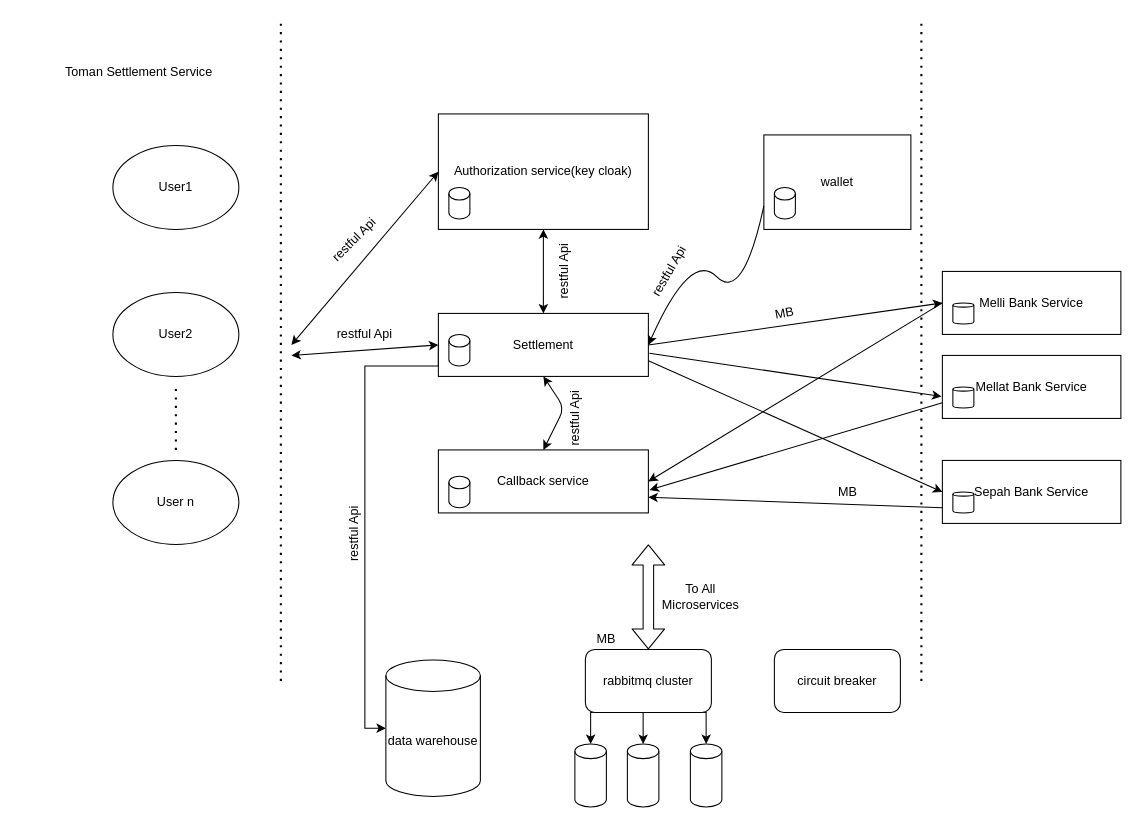
Earlier version of the draw.io diagram page "Page-1" (1 of 4) of Untitled Diagram.drawio (alimoslehirad/Devops). Source tidied: cells renumbered, new cells numbered last; positions are measured from the earlier drawing's top-left corner, leaving out a move shared by most shapes. Both pictures are drawn from the tidied source at 105%, with x=0, y=0 at pixel (18, 19).
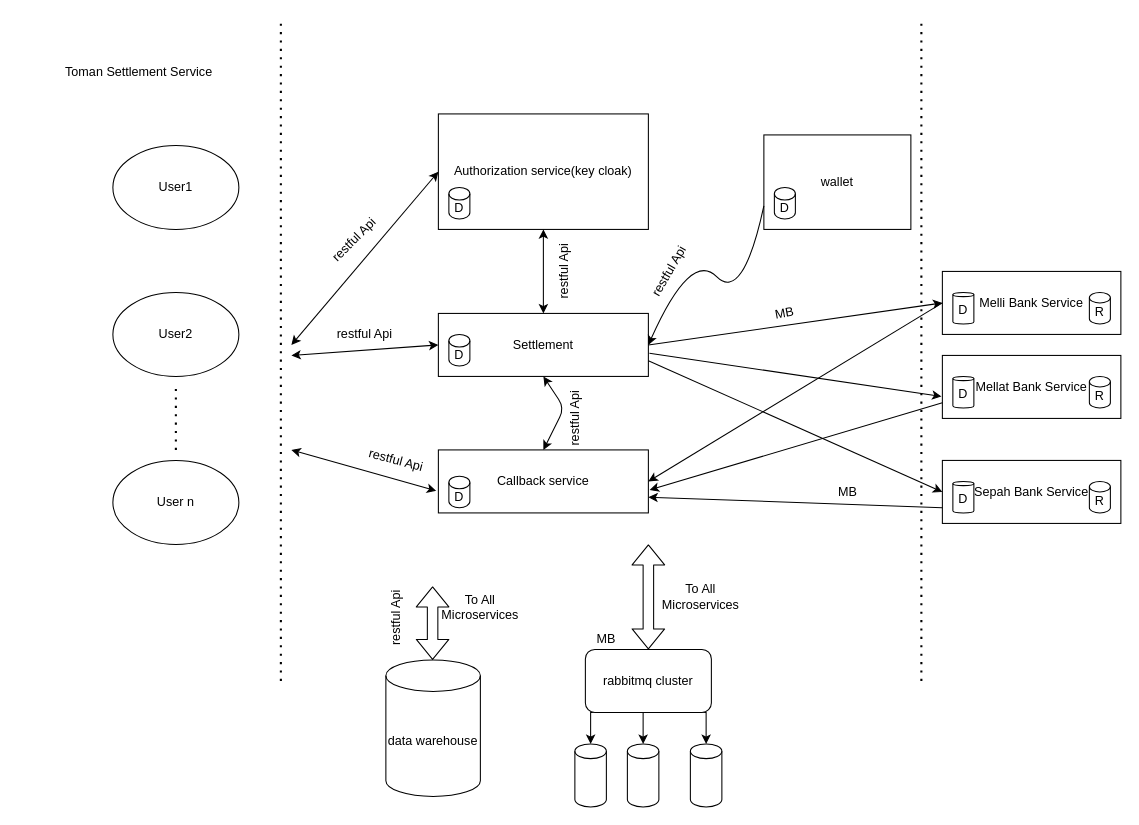
The same diagram, later.

The change refers to these unchanged cells:
```xml
<mxCell id="4" value="Settlement" style="rounded=0;whiteSpace=wrap;html=1;" parent="1" vertex="1">
  <mxGeometry x="400" y="280" width="200" height="60" as="geometry" />
</mxCell>
<mxCell id="5" value="Callback service " style="rounded=0;whiteSpace=wrap;html=1;" parent="1" vertex="1">
  <mxGeometry x="400" y="410" width="200" height="60" as="geometry" />
</mxCell>
<mxCell id="35" value="data warehouse" style="shape=cylinder3;whiteSpace=wrap;html=1;boundedLbl=1;backgroundOutline=1;size=15;" parent="1" vertex="1">
  <mxGeometry x="350" y="610" width="90" height="130" as="geometry" />
</mxCell>
```

Diff of the diagram source:
```diff
@@
-    <mxCell id="3" style="edgeStyle=orthogonalEdgeStyle;rounded=0;jettySize=auto;html=1;exitX=0;exitY=0.5;exitDx=0;exitDy=0;entryX=0;entryY=0.5;entryDx=0;entryDy=0;entryPerimeter=0;" parent="1" edge="1" source="4" target="35">
-      <mxGeometry relative="1" as="geometry">
-        <Array as="points">
-          <mxPoint x="400" y="330" />
-          <mxPoint x="330" y="330" />
-          <mxPoint x="330" y="675" />
-        </Array>
-      </mxGeometry>
-    </mxCell>
@@
-    <mxCell id="28" style="shape=cylinder3;whiteSpace=wrap;html=1;boundedLbl=1;backgroundOutline=1;size=6;" parent="1" vertex="1">
+    <mxCell id="28" value="D" style="shape=cylinder3;whiteSpace=wrap;html=1;boundedLbl=1;backgroundOutline=1;size=6;" parent="1" vertex="1">
       <mxGeometry x="410" y="160" width="20" height="30" as="geometry" />
     </mxCell>
-    <mxCell id="29" style="shape=cylinder3;whiteSpace=wrap;html=1;boundedLbl=1;backgroundOutline=1;size=6;" parent="1" vertex="1">
+    <mxCell id="29" value="D" style="shape=cylinder3;whiteSpace=wrap;html=1;boundedLbl=1;backgroundOutline=1;size=6;" parent="1" vertex="1">
       <mxGeometry x="410" y="435" width="20" height="30" as="geometry" />
     </mxCell>
-    <mxCell id="30" style="shape=cylinder3;whiteSpace=wrap;html=1;boundedLbl=1;backgroundOutline=1;size=6;" parent="1" vertex="1">
+    <mxCell id="30" value="D" style="shape=cylinder3;whiteSpace=wrap;html=1;boundedLbl=1;backgroundOutline=1;size=6;" parent="1" vertex="1">
       <mxGeometry x="720" y="160" width="20" height="30" as="geometry" />
     </mxCell>
-    <mxCell id="31" style="shape=cylinder3;whiteSpace=wrap;html=1;boundedLbl=1;backgroundOutline=1;size=6;" parent="1" vertex="1">
+    <mxCell id="31" value="D" style="shape=cylinder3;whiteSpace=wrap;html=1;boundedLbl=1;backgroundOutline=1;size=6;" parent="1" vertex="1">
       <mxGeometry x="410" y="300" width="20" height="30" as="geometry" />
     </mxCell>
-    <mxCell id="32" style="shape=cylinder3;whiteSpace=wrap;html=1;boundedLbl=1;backgroundOutline=1;size=2;" parent="1" vertex="1">
-      <mxGeometry x="890" y="270" width="20" height="20" as="geometry" />
+    <mxCell id="32" value="D" style="shape=cylinder3;whiteSpace=wrap;html=1;boundedLbl=1;backgroundOutline=1;size=2;" parent="1" vertex="1">
+      <mxGeometry x="890" y="260" width="20" height="30" as="geometry" />
     </mxCell>
-    <mxCell id="33" style="shape=cylinder3;whiteSpace=wrap;html=1;boundedLbl=1;backgroundOutline=1;size=2;" parent="1" vertex="1">
-      <mxGeometry x="890" y="450" width="20" height="20" as="geometry" />
+    <mxCell id="33" value="D" style="shape=cylinder3;whiteSpace=wrap;html=1;boundedLbl=1;backgroundOutline=1;size=2;" parent="1" vertex="1">
+      <mxGeometry x="890" y="440" width="20" height="30" as="geometry" />
     </mxCell>
-    <mxCell id="34" style="shape=cylinder3;whiteSpace=wrap;html=1;boundedLbl=1;backgroundOutline=1;size=2;" parent="1" vertex="1">
-      <mxGeometry x="890" y="350" width="20" height="20" as="geometry" />
+    <mxCell id="34" value="D" style="shape=cylinder3;whiteSpace=wrap;html=1;boundedLbl=1;backgroundOutline=1;size=2;" parent="1" vertex="1">
+      <mxGeometry x="890" y="340" width="20" height="30" as="geometry" />
     </mxCell>
@@
-    <mxCell id="45" value="circuit breaker" style="rounded=1;whiteSpace=wrap;html=1;" parent="1" vertex="1">
-      <mxGeometry x="720" y="600" width="120" height="60" as="geometry" />
-    </mxCell>
@@
     <mxCell id="53" value="restful Api" style="text;html=1;strokeColor=none;fillColor=none;align=center;verticalAlign=middle;whiteSpace=wrap;rounded=0;rotation=-90;" parent="1" vertex="1">
-      <mxGeometry x="280" y="480" width="80" height="20" as="geometry" />
+      <mxGeometry x="315" y="560" width="90" height="20" as="geometry" />
     </mxCell>
@@
+    <mxCell id="55" style="endArrow=classic;startArrow=classic;html=1;entryX=-0.01;entryY=0.65;entryDx=0;entryDy=0;entryPerimeter=0;" parent="1" edge="1" target="5">
+      <mxGeometry relative="1" as="geometry">
+        <mxPoint x="260" y="410" as="sourcePoint" />
+      </mxGeometry>
+    </mxCell>
+    <mxCell id="56" value="R" style="shape=cylinder3;whiteSpace=wrap;html=1;boundedLbl=1;backgroundOutline=1;size=5;" parent="1" vertex="1">
+      <mxGeometry x="1020" y="260" width="20" height="30" as="geometry" />
+    </mxCell>
+    <mxCell id="57" value="R" style="shape=cylinder3;whiteSpace=wrap;html=1;boundedLbl=1;backgroundOutline=1;size=5;" parent="1" vertex="1">
+      <mxGeometry x="1020" y="340" width="20" height="30" as="geometry" />
+    </mxCell>
+    <mxCell id="58" value="R" style="shape=cylinder3;whiteSpace=wrap;html=1;boundedLbl=1;backgroundOutline=1;size=5;" parent="1" vertex="1">
+      <mxGeometry x="1020" y="440" width="20" height="30" as="geometry" />
+    </mxCell>
+    <mxCell id="59" value="restful Api" style="text;html=1;strokeColor=none;fillColor=none;align=center;verticalAlign=middle;whiteSpace=wrap;rounded=0;rotation=15;" parent="1" vertex="1">
+      <mxGeometry x="320" y="410" width="80" height="20" as="geometry" />
+    </mxCell>
+    <mxCell id="60" style="shape=flexArrow;endArrow=classic;startArrow=classic;html=1;" parent="1" edge="1">
+      <mxGeometry relative="1" as="geometry">
+        <mxPoint x="394.5" y="610" as="sourcePoint" />
+        <mxPoint x="394.5" y="540" as="targetPoint" />
+      </mxGeometry>
+    </mxCell>
+    <mxCell id="61" value="To All Microservices" style="text;html=1;strokeColor=none;fillColor=none;align=center;verticalAlign=middle;whiteSpace=wrap;rounded=0;" parent="1" vertex="1">
+      <mxGeometry x="420" y="550" width="40" height="20" as="geometry" />
+    </mxCell>
```
